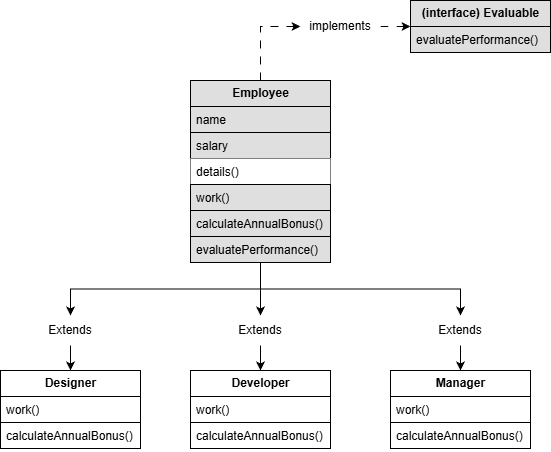
The draw.io diagram UML-employee-system.png in sergiosc04/employee-system, before a commit. Source tidied: cells renumbered, new cells last; positions are measured from the earlier drawing's top-left corner, leaving out a move shared by most shapes. Source of this version:
```xml
<mxGraphModel>
  <root>
    <mxCell id="0" />
    <mxCell id="1" parent="0" />
    <mxCell id="2" style="edgeStyle=orthogonalEdgeStyle;rounded=0;jettySize=auto;html=1;exitX=0.5;exitY=1;exitDx=0;exitDy=0;entryX=0.5;entryY=0;entryDx=0;entryDy=0;" parent="1" edge="1" source="25" target="13">
      <mxGeometry relative="1" as="geometry" />
    </mxCell>
    <mxCell id="3" style="edgeStyle=orthogonalEdgeStyle;rounded=0;jettySize=auto;html=1;exitX=0.5;exitY=1;exitDx=0;exitDy=0;" parent="1" edge="1" source="27" target="16">
      <mxGeometry relative="1" as="geometry" />
    </mxCell>
    <mxCell id="4" value="&lt;b&gt;Employee&lt;/b&gt;" style="swimlane;fontStyle=0;horizontal=1;startSize=26;fillColor=#DFDFDF;html=1;rounded=0;" parent="1" vertex="1">
      <mxGeometry x="190" y="80" width="140" height="182" as="geometry" />
    </mxCell>
    <mxCell id="5" value="name&lt;span style=&quot;white-space: pre;&quot;&gt;&#9;&lt;/span&gt;" style="text;strokeColor=default;fillColor=#DFDFDF;align=left;verticalAlign=top;spacingLeft=4;spacingRight=4;overflow=hidden;whiteSpace=wrap;html=1;fillStyle=auto;" parent="4" vertex="1">
      <mxGeometry y="26" width="140" height="26" as="geometry" />
    </mxCell>
    <mxCell id="6" value="salary" style="text;strokeColor=default;fillColor=#DFDFDF;align=left;verticalAlign=top;spacingLeft=4;spacingRight=4;overflow=hidden;whiteSpace=wrap;html=1;fillStyle=auto;" parent="4" vertex="1">
      <mxGeometry y="52" width="140" height="26" as="geometry" />
    </mxCell>
    <mxCell id="7" value="details()" style="text;strokeColor=none;fillColor=default;align=left;verticalAlign=top;spacingLeft=4;spacingRight=4;overflow=hidden;whiteSpace=wrap;html=1;" parent="4" vertex="1">
      <mxGeometry y="78" width="140" height="26" as="geometry" />
    </mxCell>
    <mxCell id="8" value="work()" style="text;strokeColor=default;fillColor=#DFDFDF;align=left;verticalAlign=top;spacingLeft=4;spacingRight=4;overflow=hidden;whiteSpace=wrap;html=1;fillStyle=auto;" parent="4" vertex="1">
      <mxGeometry y="104" width="140" height="26" as="geometry" />
    </mxCell>
    <mxCell id="9" value="calculateAnnualBonus()" style="text;strokeColor=default;fillColor=#DFDFDF;align=left;verticalAlign=top;spacingLeft=4;spacingRight=4;overflow=hidden;whiteSpace=wrap;html=1;fillStyle=auto;" parent="4" vertex="1">
      <mxGeometry y="130" width="140" height="26" as="geometry" />
    </mxCell>
    <mxCell id="10" value="evaluatePerformance()" style="text;strokeColor=default;fillColor=#DFDFDF;align=left;verticalAlign=top;spacingLeft=4;spacingRight=4;overflow=hidden;whiteSpace=wrap;html=1;fillStyle=auto;" parent="4" vertex="1">
      <mxGeometry y="156" width="140" height="26" as="geometry" />
    </mxCell>
    <mxCell id="11" value="&lt;b&gt;(interface) Evaluable&lt;/b&gt;" style="swimlane;fontStyle=0;horizontal=1;startSize=26;fillColor=#DFDFDF;html=1;rounded=0;" parent="1" vertex="1">
      <mxGeometry x="410" width="140" height="52" as="geometry" />
    </mxCell>
    <mxCell id="12" value="evaluatePerformance()" style="text;strokeColor=default;fillColor=#DFDFDF;align=left;verticalAlign=top;spacingLeft=4;spacingRight=4;overflow=hidden;whiteSpace=wrap;html=1;fillStyle=auto;" parent="11" vertex="1">
      <mxGeometry y="26" width="140" height="26" as="geometry" />
    </mxCell>
    <mxCell id="13" value="&lt;b&gt;Designer&lt;/b&gt;" style="swimlane;fontStyle=0;horizontal=1;startSize=26;fillColor=default;html=1;rounded=0;" parent="1" vertex="1">
      <mxGeometry y="370" width="140" height="78" as="geometry" />
    </mxCell>
    <mxCell id="14" value="work()" style="text;strokeColor=default;fillColor=default;align=left;verticalAlign=top;spacingLeft=4;spacingRight=4;overflow=hidden;whiteSpace=wrap;html=1;fillStyle=auto;" parent="13" vertex="1">
      <mxGeometry y="26" width="140" height="26" as="geometry" />
    </mxCell>
    <mxCell id="15" value="calculateAnnualBonus()" style="text;strokeColor=default;fillColor=default;align=left;verticalAlign=top;spacingLeft=4;spacingRight=4;overflow=hidden;whiteSpace=wrap;html=1;fillStyle=auto;" parent="13" vertex="1">
      <mxGeometry y="52" width="140" height="26" as="geometry" />
    </mxCell>
    <mxCell id="16" value="&lt;b&gt;Developer&lt;/b&gt;" style="swimlane;fontStyle=0;horizontal=1;startSize=26;fillColor=default;html=1;rounded=0;" parent="1" vertex="1">
      <mxGeometry x="190" y="370" width="140" height="78" as="geometry" />
    </mxCell>
    <mxCell id="17" value="work()" style="text;strokeColor=default;fillColor=default;align=left;verticalAlign=top;spacingLeft=4;spacingRight=4;overflow=hidden;whiteSpace=wrap;html=1;fillStyle=auto;" parent="16" vertex="1">
      <mxGeometry y="26" width="140" height="26" as="geometry" />
    </mxCell>
    <mxCell id="18" value="calculateAnnualBonus()" style="text;strokeColor=default;fillColor=default;align=left;verticalAlign=top;spacingLeft=4;spacingRight=4;overflow=hidden;whiteSpace=wrap;html=1;fillStyle=auto;" parent="16" vertex="1">
      <mxGeometry y="52" width="140" height="26" as="geometry" />
    </mxCell>
    <mxCell id="19" value="&lt;b&gt;Manager&lt;/b&gt;" style="swimlane;fontStyle=0;horizontal=1;startSize=26;fillColor=default;html=1;rounded=0;" parent="1" vertex="1">
      <mxGeometry x="390" y="370" width="140" height="78" as="geometry" />
    </mxCell>
    <mxCell id="20" value="work()" style="text;strokeColor=default;fillColor=default;align=left;verticalAlign=top;spacingLeft=4;spacingRight=4;overflow=hidden;whiteSpace=wrap;html=1;fillStyle=auto;" parent="19" vertex="1">
      <mxGeometry y="26" width="140" height="26" as="geometry" />
    </mxCell>
    <mxCell id="21" value="calculateAnnualBonus()" style="text;strokeColor=default;fillColor=default;align=left;verticalAlign=top;spacingLeft=4;spacingRight=4;overflow=hidden;whiteSpace=wrap;html=1;fillStyle=auto;" parent="19" vertex="1">
      <mxGeometry y="52" width="140" height="26" as="geometry" />
    </mxCell>
    <mxCell id="22" style="edgeStyle=orthogonalEdgeStyle;rounded=0;jettySize=auto;html=1;exitX=0.5;exitY=1;exitDx=0;exitDy=0;entryX=0.5;entryY=0;entryDx=0;entryDy=0;" parent="1" edge="1" source="29" target="19">
      <mxGeometry relative="1" as="geometry" />
    </mxCell>
    <mxCell id="23" style="edgeStyle=orthogonalEdgeStyle;rounded=0;jettySize=auto;html=1;exitX=1;exitY=0.5;exitDx=0;exitDy=0;entryX=0;entryY=0.5;entryDx=0;entryDy=0;dashed=1;dashPattern=8 8;" parent="1" edge="1" source="31" target="11">
      <mxGeometry relative="1" as="geometry" />
    </mxCell>
    <mxCell id="24" style="edgeStyle=orthogonalEdgeStyle;rounded=0;jettySize=auto;html=1;exitX=0.5;exitY=1;exitDx=0;exitDy=0;entryX=0.5;entryY=0;entryDx=0;entryDy=0;" parent="1" edge="1" source="4" target="25">
      <mxGeometry relative="1" as="geometry" />
    </mxCell>
    <mxCell id="25" value="Extends" style="text;html=1;whiteSpace=wrap;strokeColor=none;fillColor=none;align=center;verticalAlign=middle;rounded=0;" parent="1" vertex="1">
      <mxGeometry x="40" y="315" width="60" height="30" as="geometry" />
    </mxCell>
    <mxCell id="26" style="edgeStyle=orthogonalEdgeStyle;rounded=0;jettySize=auto;html=1;exitX=0.5;exitY=1;exitDx=0;exitDy=0;" parent="1" edge="1" source="4" target="27">
      <mxGeometry relative="1" as="geometry" />
    </mxCell>
    <mxCell id="27" value="Extends" style="text;html=1;whiteSpace=wrap;strokeColor=none;fillColor=none;align=center;verticalAlign=middle;rounded=0;" parent="1" vertex="1">
      <mxGeometry x="230" y="315" width="60" height="30" as="geometry" />
    </mxCell>
    <mxCell id="28" style="edgeStyle=orthogonalEdgeStyle;rounded=0;jettySize=auto;html=1;exitX=0.5;exitY=1;exitDx=0;exitDy=0;entryX=0.5;entryY=0;entryDx=0;entryDy=0;" parent="1" edge="1" source="4" target="29">
      <mxGeometry relative="1" as="geometry" />
    </mxCell>
    <mxCell id="29" value="Extends" style="text;html=1;whiteSpace=wrap;strokeColor=none;fillColor=none;align=center;verticalAlign=middle;rounded=0;" parent="1" vertex="1">
      <mxGeometry x="430" y="315" width="60" height="30" as="geometry" />
    </mxCell>
    <mxCell id="30" style="edgeStyle=orthogonalEdgeStyle;rounded=0;jettySize=auto;html=1;exitX=0.5;exitY=0;exitDx=0;exitDy=0;entryX=0;entryY=0.5;entryDx=0;entryDy=0;dashed=1;dashPattern=8 8;" parent="1" edge="1" source="4" target="31">
      <mxGeometry relative="1" as="geometry" />
    </mxCell>
    <mxCell id="31" value="implements" style="text;html=1;whiteSpace=wrap;strokeColor=none;fillColor=none;align=center;verticalAlign=middle;rounded=0;" parent="1" vertex="1">
      <mxGeometry x="300" y="11" width="80" height="30" as="geometry" />
    </mxCell>
  </root>
</mxGraphModel>
```
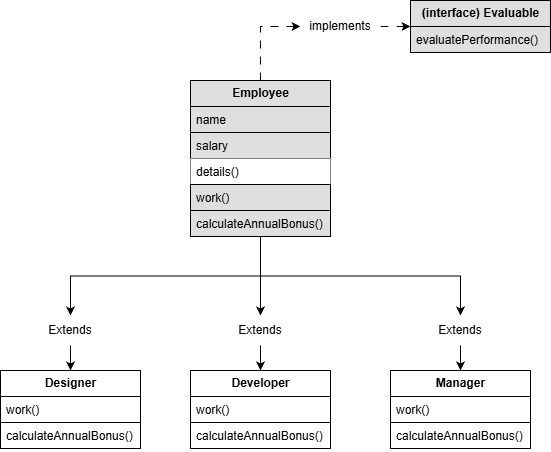
The same file after the commit.

Commit message:
Clases desarrolladas, uml corregido

Diff of the diagram source:
```diff
@@ -9,7 +9,7 @@
       <mxGeometry relative="1" as="geometry" />
     </mxCell>
     <mxCell id="4" value="&lt;b&gt;Employee&lt;/b&gt;" style="swimlane;fontStyle=0;horizontal=1;startSize=26;fillColor=#DFDFDF;html=1;rounded=0;" parent="1" vertex="1">
-      <mxGeometry x="190" y="80" width="140" height="182" as="geometry" />
+      <mxGeometry x="190" y="80" width="140" height="156" as="geometry" />
     </mxCell>
     <mxCell id="5" value="name&lt;span style=&quot;white-space: pre;&quot;&gt;&#9;&lt;/span&gt;" style="text;strokeColor=default;fillColor=#DFDFDF;align=left;verticalAlign=top;spacingLeft=4;spacingRight=4;overflow=hidden;whiteSpace=wrap;html=1;fillStyle=auto;" parent="4" vertex="1">
       <mxGeometry y="26" width="140" height="26" as="geometry" />
@@ -26,9 +26,6 @@
     <mxCell id="9" value="calculateAnnualBonus()" style="text;strokeColor=default;fillColor=#DFDFDF;align=left;verticalAlign=top;spacingLeft=4;spacingRight=4;overflow=hidden;whiteSpace=wrap;html=1;fillStyle=auto;" parent="4" vertex="1">
       <mxGeometry y="130" width="140" height="26" as="geometry" />
     </mxCell>
-    <mxCell id="10" value="evaluatePerformance()" style="text;strokeColor=default;fillColor=#DFDFDF;align=left;verticalAlign=top;spacingLeft=4;spacingRight=4;overflow=hidden;whiteSpace=wrap;html=1;fillStyle=auto;" parent="4" vertex="1">
-      <mxGeometry y="156" width="140" height="26" as="geometry" />
-    </mxCell>
     <mxCell id="11" value="&lt;b&gt;(interface) Evaluable&lt;/b&gt;" style="swimlane;fontStyle=0;horizontal=1;startSize=26;fillColor=#DFDFDF;html=1;rounded=0;" parent="1" vertex="1">
       <mxGeometry x="410" width="140" height="52" as="geometry" />
     </mxCell>
```
